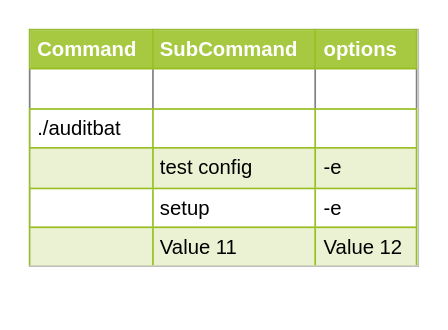
Above: page "Commandline options" (2 of 4) of My Articles/elastic stack/Audit Beat Understanding.drawio in paramothers/books (draw.io), before the change. Source tidied: cells renumbered, new cells numbered last; positions are measured from the earlier drawing's top-left corner, leaving out a move shared by most shapes. Both pictures are drawn from the tidied source at 169%, with x=0, y=0 at pixel (29, 29).
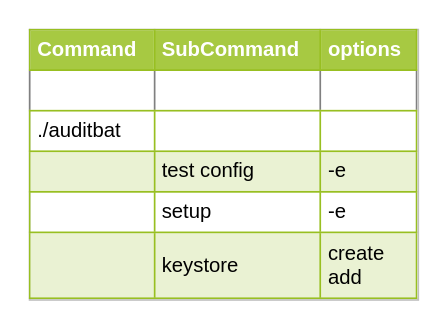
The same page after the edit.

The edit, as a diff of the source:
```diff
@@
 <mxGraphModel>
   <root>
     <mxCell id="0" />
     <mxCell id="1" parent="0" />
-    <mxCell id="2" value="&lt;table border=&quot;1&quot; width=&quot;100%&quot; cellpadding=&quot;4&quot; style=&quot;width: 100% ; height: 100% ; border-collapse: collapse&quot;&gt;&lt;tbody&gt;&lt;tr style=&quot;background-color: #a7c942 ; color: #ffffff ; border: 1px solid #98bf21&quot;&gt;&lt;th align=&quot;left&quot;&gt;Command&lt;/th&gt;&lt;th align=&quot;left&quot;&gt;SubCommand&lt;/th&gt;&lt;th align=&quot;left&quot;&gt;options&lt;/th&gt;&lt;/tr&gt;&lt;tr&gt;&lt;td&gt;&lt;br&gt;&lt;/td&gt;&lt;td&gt;&lt;br&gt;&lt;/td&gt;&lt;td&gt;&lt;br&gt;&lt;/td&gt;&lt;/tr&gt;&lt;tr style=&quot;border: 1px solid #98bf21&quot;&gt;&lt;td&gt;./auditbat&lt;/td&gt;&lt;td&gt;&lt;br&gt;&lt;/td&gt;&lt;td&gt;&lt;br&gt;&lt;/td&gt;&lt;/tr&gt;&lt;tr style=&quot;background-color: #eaf2d3 ; border: 1px solid #98bf21&quot;&gt;&lt;td&gt;&lt;br&gt;&lt;/td&gt;&lt;td&gt;test config&lt;/td&gt;&lt;td&gt;-e&lt;/td&gt;&lt;/tr&gt;&lt;tr style=&quot;border: 1px solid #98bf21&quot;&gt;&lt;td&gt;&lt;br&gt;&lt;/td&gt;&lt;td&gt;setup&lt;/td&gt;&lt;td&gt;-e&lt;/td&gt;&lt;/tr&gt;&lt;tr style=&quot;background-color: #eaf2d3 ; border: 1px solid #98bf21&quot;&gt;&lt;td&gt;&lt;br&gt;&lt;/td&gt;&lt;td&gt;Value 11&lt;/td&gt;&lt;td&gt;Value 12&lt;/td&gt;&lt;/tr&gt;&lt;/tbody&gt;&lt;/table&gt;" style="text;html=1;strokeColor=#c0c0c0;fillColor=#ffffff;overflow=fill;rounded=0;" parent="1" vertex="1">
-      <mxGeometry width="230" height="140" as="geometry" />
+    <mxCell id="2" value="&lt;table border=&quot;1&quot; width=&quot;100%&quot; cellpadding=&quot;4&quot; style=&quot;width: 100% ; height: 100% ; border-collapse: collapse&quot;&gt;&lt;tbody&gt;&lt;tr style=&quot;background-color: #a7c942 ; color: #ffffff ; border: 1px solid #98bf21&quot;&gt;&lt;th align=&quot;left&quot;&gt;Command&lt;/th&gt;&lt;th align=&quot;left&quot;&gt;SubCommand&lt;/th&gt;&lt;th align=&quot;left&quot;&gt;options&lt;/th&gt;&lt;/tr&gt;&lt;tr&gt;&lt;td&gt;&lt;br&gt;&lt;/td&gt;&lt;td&gt;&lt;br&gt;&lt;/td&gt;&lt;td&gt;&lt;br&gt;&lt;/td&gt;&lt;/tr&gt;&lt;tr style=&quot;border: 1px solid #98bf21&quot;&gt;&lt;td&gt;./auditbat&lt;/td&gt;&lt;td&gt;&lt;br&gt;&lt;/td&gt;&lt;td&gt;&lt;br&gt;&lt;/td&gt;&lt;/tr&gt;&lt;tr style=&quot;background-color: #eaf2d3 ; border: 1px solid #98bf21&quot;&gt;&lt;td&gt;&lt;br&gt;&lt;/td&gt;&lt;td&gt;test config&lt;/td&gt;&lt;td&gt;-e&lt;/td&gt;&lt;/tr&gt;&lt;tr style=&quot;border: 1px solid #98bf21&quot;&gt;&lt;td&gt;&lt;br&gt;&lt;/td&gt;&lt;td&gt;setup&lt;/td&gt;&lt;td&gt;-e&lt;/td&gt;&lt;/tr&gt;&lt;tr style=&quot;background-color: #eaf2d3 ; border: 1px solid #98bf21&quot;&gt;&lt;td&gt;&lt;br&gt;&lt;/td&gt;&lt;td&gt;keystore&lt;/td&gt;&lt;td&gt;create&lt;br&gt;add&lt;/td&gt;&lt;/tr&gt;&lt;/tbody&gt;&lt;/table&gt;" style="text;html=1;strokeColor=#c0c0c0;fillColor=#ffffff;overflow=fill;rounded=0;" parent="1" vertex="1">
+      <mxGeometry width="230" height="160" as="geometry" />
     </mxCell>
   </root>
 </mxGraphModel>
```
